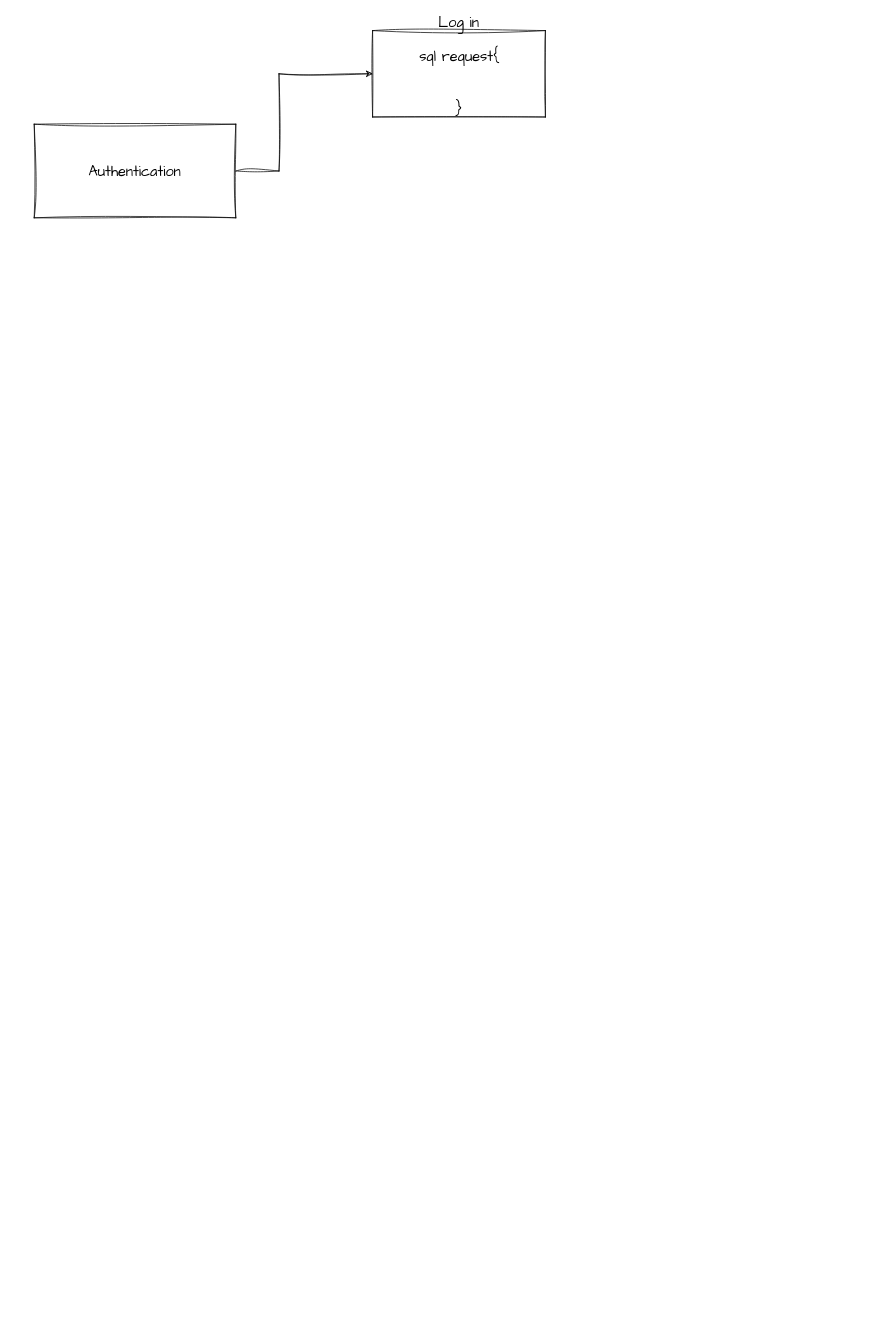
Before: Диаграмма без названия.drawio in svalmaz/CarRentalSystem, a draw.io diagram. Source tidied: cells renumbered, new cells numbered last; positions are measured from the earlier drawing's top-left corner, leaving out a move shared by most shapes. Both pictures are drawn from the tidied source at 72%, with x=0, y=0 at pixel (34, 30).
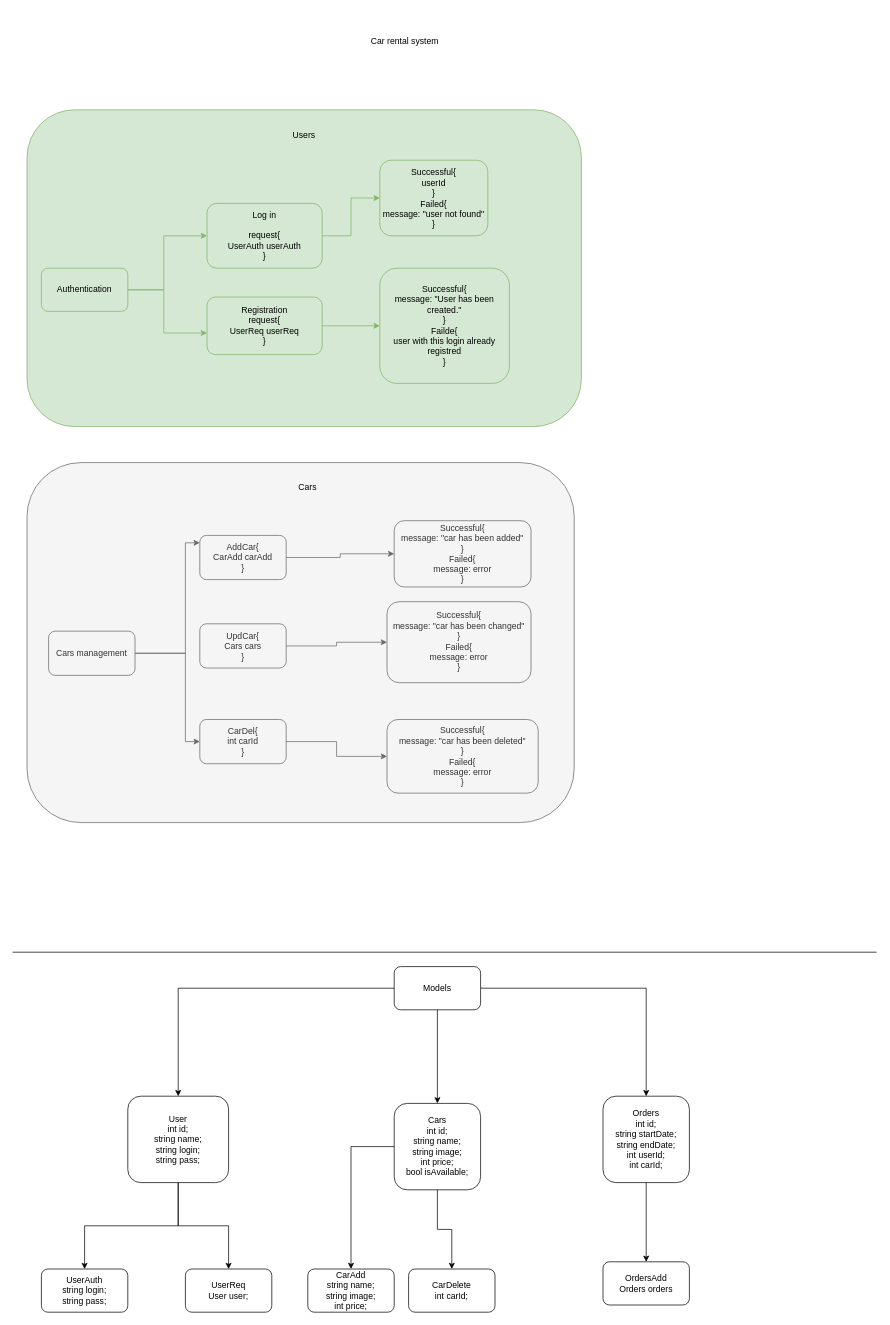
Above is the later version.

Commit message:
Car rental system

What changed in the source:
```diff
@@
-    <mxCell id="2" style="edgeStyle=orthogonalEdgeStyle;rounded=0;sketch=1;hachureGap=4;jiggle=2;curveFitting=1;jettySize=auto;html=1;fontFamily=Architects Daughter;fontSize=16;" parent="1" edge="1" source="3" target="4">
-      <mxGeometry relative="1" as="geometry">
-        <Array as="points">
-          <mxPoint x="340" y="195" />
-          <mxPoint x="340" y="60" />
-        </Array>
-      </mxGeometry>
-    </mxCell>
+    <mxCell id="5" value="Car rental system" style="text;html=1;strokeColor=none;fillColor=none;align=center;verticalAlign=middle;whiteSpace=wrap;rounded=0;" parent="1" vertex="1">
+      <mxGeometry x="410" width="210" height="30" as="geometry" />
+    </mxCell>
+    <mxCell id="6" style="endArrow=none;html=1;rounded=0;" parent="1" edge="1">
+      <mxGeometry relative="1" as="geometry">
+        <mxPoint x="-30" y="1280" as="sourcePoint" />
+        <mxPoint x="1170" y="1280" as="targetPoint" />
+      </mxGeometry>
+    </mxCell>
+    <mxCell id="7" style="edgeStyle=orthogonalEdgeStyle;rounded=0;jettySize=auto;html=1;" parent="1" edge="1" source="10" target="13">
+      <mxGeometry relative="1" as="geometry" />
+    </mxCell>
+    <mxCell id="8" style="edgeStyle=orthogonalEdgeStyle;rounded=0;jettySize=auto;html=1;" parent="1" edge="1" source="10" target="16">
+      <mxGeometry relative="1" as="geometry" />
+    </mxCell>
+    <mxCell id="9" style="edgeStyle=orthogonalEdgeStyle;rounded=0;jettySize=auto;html=1;" parent="1" edge="1" source="10" target="18">
+      <mxGeometry relative="1" as="geometry" />
+    </mxCell>
+    <mxCell id="10" value="Models" style="rounded=1;whiteSpace=wrap;html=1;" parent="1" vertex="1">
+      <mxGeometry x="500" y="1300" width="120" height="60" as="geometry" />
+    </mxCell>
+    <mxCell id="11" style="edgeStyle=orthogonalEdgeStyle;rounded=0;jettySize=auto;html=1;" parent="1" edge="1" source="13" target="19">
+      <mxGeometry relative="1" as="geometry" />
+    </mxCell>
+    <mxCell id="12" style="edgeStyle=orthogonalEdgeStyle;rounded=0;jettySize=auto;html=1;" parent="1" edge="1" source="13" target="21">
+      <mxGeometry relative="1" as="geometry" />
+    </mxCell>
+    <mxCell id="13" value="User&lt;br&gt;int id;&lt;br&gt;string name;&lt;br&gt;string login;&lt;br&gt;string pass;&lt;br&gt;" style="whiteSpace=wrap;html=1;rounded=1;" parent="1" vertex="1">
+      <mxGeometry x="130" y="1480" width="140" height="120" as="geometry" />
+    </mxCell>
+    <mxCell id="14" style="edgeStyle=orthogonalEdgeStyle;rounded=0;jettySize=auto;html=1;" parent="1" edge="1" source="16" target="20">
+      <mxGeometry relative="1" as="geometry">
+        <Array as="points">
+          <mxPoint x="440" y="1550" />
+        </Array>
+      </mxGeometry>
+    </mxCell>
+    <mxCell id="15" style="edgeStyle=orthogonalEdgeStyle;rounded=0;jettySize=auto;html=1;" parent="1" edge="1" source="16" target="23">
+      <mxGeometry relative="1" as="geometry" />
+    </mxCell>
+    <mxCell id="16" value="Cars&lt;br&gt;int id;&lt;br&gt;string name;&lt;br&gt;string image;&lt;br&gt;int price;&lt;br&gt;bool isAvailable;" style="whiteSpace=wrap;html=1;rounded=1;" parent="1" vertex="1">
+      <mxGeometry x="500" y="1490" width="120" height="120" as="geometry" />
+    </mxCell>
+    <mxCell id="17" style="edgeStyle=orthogonalEdgeStyle;rounded=0;jettySize=auto;html=1;" parent="1" edge="1" source="18" target="22">
+      <mxGeometry relative="1" as="geometry" />
+    </mxCell>
+    <mxCell id="18" value="Orders&lt;br&gt;int id;&lt;br&gt;string startDate;&lt;br&gt;string endDate;&lt;br&gt;int userId;&lt;br&gt;int carId;" style="whiteSpace=wrap;html=1;rounded=1;" parent="1" vertex="1">
+      <mxGeometry x="790" y="1480" width="120" height="120" as="geometry" />
+    </mxCell>
+    <mxCell id="19" value="UserAuth&lt;br&gt;string login;&lt;br&gt;string pass;" style="whiteSpace=wrap;html=1;rounded=1;" parent="1" vertex="1">
+      <mxGeometry x="10" y="1720" width="120" height="60" as="geometry" />
+    </mxCell>
+    <mxCell id="20" value="CarAdd&lt;br&gt;string name;&lt;br&gt;string image;&lt;br&gt;int price;" style="whiteSpace=wrap;html=1;rounded=1;" parent="1" vertex="1">
+      <mxGeometry x="380" y="1720" width="120" height="60" as="geometry" />
+    </mxCell>
+    <mxCell id="21" value="UserReq&lt;br&gt;User user;" style="whiteSpace=wrap;html=1;rounded=1;" parent="1" vertex="1">
+      <mxGeometry x="210" y="1720" width="120" height="60" as="geometry" />
+    </mxCell>
+    <mxCell id="22" value="OrdersAdd&lt;br&gt;Orders orders" style="whiteSpace=wrap;html=1;rounded=1;" parent="1" vertex="1">
+      <mxGeometry x="790" y="1710" width="120" height="60" as="geometry" />
+    </mxCell>
+    <mxCell id="23" value="CarDelete&lt;br&gt;int carId;" style="whiteSpace=wrap;html=1;rounded=1;" parent="1" vertex="1">
+      <mxGeometry x="520" y="1720" width="120" height="60" as="geometry" />
+    </mxCell>
+    <mxCell id="24" style="group;" parent="1" vertex="1">
+      <mxGeometry x="-10" y="600" width="760" height="500" as="geometry" />
+    </mxCell>
+    <mxCell id="25" style="rounded=1;whiteSpace=wrap;html=1;fillColor=#f5f5f5;strokeColor=#666666;fontColor=#333333;" parent="24" vertex="1">
+      <mxGeometry width="760" height="500" as="geometry" />
+    </mxCell>
+    <mxCell id="26" value="Cars management" style="rounded=1;whiteSpace=wrap;html=1;fillColor=#f5f5f5;strokeColor=#666666;fontColor=#333333;" parent="24" vertex="1">
+      <mxGeometry x="30" y="234.1" width="120" height="61.4" as="geometry" />
+    </mxCell>
+    <mxCell id="27" value="AddCar{&lt;br&gt;CarAdd carAdd&lt;br&gt;}" style="whiteSpace=wrap;html=1;rounded=1;fillColor=#f5f5f5;strokeColor=#666666;fontColor=#333333;" parent="24" vertex="1">
+      <mxGeometry x="240" y="101.1" width="120" height="61.4" as="geometry" />
+    </mxCell>
+    <mxCell id="28" style="edgeStyle=orthogonalEdgeStyle;rounded=0;jettySize=auto;html=1;fillColor=#f5f5f5;strokeColor=#666666;" parent="24" edge="1" source="26" target="27">
+      <mxGeometry relative="1" as="geometry">
+        <Array as="points">
+          <mxPoint x="220" y="264.8" />
+          <mxPoint x="220" y="111.4" />
+        </Array>
+      </mxGeometry>
+    </mxCell>
+    <mxCell id="29" value="UpdCar{&lt;br&gt;Cars cars&lt;br&gt;}" style="whiteSpace=wrap;html=1;rounded=1;fillColor=#f5f5f5;strokeColor=#666666;fontColor=#333333;" parent="24" vertex="1">
+      <mxGeometry x="240" y="223.9" width="120" height="61.4" as="geometry" />
+    </mxCell>
+    <mxCell id="30" style="edgeStyle=orthogonalEdgeStyle;rounded=0;jettySize=auto;html=1;fillColor=#f5f5f5;strokeColor=#666666;" parent="24" edge="1" source="27" target="37">
+      <mxGeometry relative="1" as="geometry" />
+    </mxCell>
+    <mxCell id="31" style="edgeStyle=orthogonalEdgeStyle;rounded=0;jettySize=auto;html=1;fillColor=#f5f5f5;strokeColor=#666666;" parent="24" edge="1" source="29" target="36">
+      <mxGeometry relative="1" as="geometry" />
+    </mxCell>
+    <mxCell id="32" value="CarDel{&lt;br&gt;int carId&lt;br&gt;}" style="whiteSpace=wrap;html=1;rounded=1;fillColor=#f5f5f5;strokeColor=#666666;fontColor=#333333;" parent="24" vertex="1">
+      <mxGeometry x="240" y="356.8" width="120" height="61.4" as="geometry" />
+    </mxCell>
+    <mxCell id="33" style="edgeStyle=orthogonalEdgeStyle;rounded=0;jettySize=auto;html=1;fillColor=#f5f5f5;strokeColor=#666666;" parent="24" edge="1" source="26" target="32">
+      <mxGeometry relative="1" as="geometry">
+        <Array as="points">
+          <mxPoint x="220" y="264.8" />
+          <mxPoint x="220" y="387.5" />
+        </Array>
+      </mxGeometry>
+    </mxCell>
+    <mxCell id="34" value="Successful{&lt;br style=&quot;border-color: var(--border-color);&quot;&gt;message: &quot;car has been deleted&quot;&lt;br style=&quot;border-color: var(--border-color);&quot;&gt;}&lt;br style=&quot;border-color: var(--border-color);&quot;&gt;Failed{&lt;br style=&quot;border-color: var(--border-color);&quot;&gt;message: error&lt;br style=&quot;border-color: var(--border-color);&quot;&gt;}" style="whiteSpace=wrap;html=1;rounded=1;fillColor=#f5f5f5;strokeColor=#666666;fontColor=#333333;" parent="24" vertex="1">
+      <mxGeometry x="500" y="356.8" width="210" height="102.3" as="geometry" />
+    </mxCell>
+    <mxCell id="35" style="edgeStyle=orthogonalEdgeStyle;rounded=0;jettySize=auto;html=1;fillColor=#f5f5f5;strokeColor=#666666;" parent="24" edge="1" source="32" target="34">
+      <mxGeometry relative="1" as="geometry" />
+    </mxCell>
+    <mxCell id="36" value="Successful{&lt;br&gt;message: &quot;car has been changed&quot;&lt;br&gt;}&lt;br&gt;Failed{&lt;br&gt;message: error&lt;br&gt;}" style="whiteSpace=wrap;html=1;rounded=1;fillColor=#f5f5f5;strokeColor=#666666;fontColor=#333333;" parent="24" vertex="1">
+      <mxGeometry x="500" y="193.2" width="200" height="112.5" as="geometry" />
+    </mxCell>
+    <mxCell id="37" value="Successful{&lt;br&gt;message: &quot;car has been added&quot;&lt;br&gt;}&lt;br&gt;Failed{&lt;br&gt;message: error&lt;br&gt;}" style="whiteSpace=wrap;html=1;rounded=1;fillColor=#f5f5f5;strokeColor=#666666;fontColor=#333333;" parent="24" vertex="1">
+      <mxGeometry x="510" y="80.7" width="190" height="92" as="geometry" />
+    </mxCell>
+    <mxCell id="38" value="Cars" style="text;html=1;strokeColor=none;fillColor=none;align=center;verticalAlign=middle;whiteSpace=wrap;rounded=0;" parent="24" vertex="1">
+      <mxGeometry x="360" y="20" width="60" height="30" as="geometry" />
+    </mxCell>
+    <mxCell id="39" style="group;" parent="1" vertex="1">
+      <mxGeometry x="-10" y="110" width="770" height="440" as="geometry" />
+    </mxCell>
+    <mxCell id="40" style="rounded=1;whiteSpace=wrap;html=1;fillColor=#d5e8d4;strokeColor=#82b366;" parent="39" vertex="1">
+      <mxGeometry width="770" height="440" as="geometry" />
+    </mxCell>
+    <mxCell id="41" style="edgeStyle=orthogonalEdgeStyle;rounded=0;jettySize=auto;html=1;fillColor=#d5e8d4;strokeColor=#82b366;" parent="39" edge="1" target="46">
+      <mxGeometry relative="1" as="geometry">
+        <mxPoint x="110" y="250" as="sourcePoint" />
+        <Array as="points">
+          <mxPoint x="190" y="250" />
+          <mxPoint x="190" y="310" />
+        </Array>
+      </mxGeometry>
+    </mxCell>
-    <mxCell id="3" value="Authentication" style="rounded=0;whiteSpace=wrap;html=1;sketch=1;hachureGap=4;jiggle=2;curveFitting=1;fontFamily=Architects Daughter;fontSize=20;" parent="1" vertex="1">
-      <mxGeometry y="130" width="280" height="130" as="geometry" />
+    <mxCell id="3" value="Authentication" style="rounded=1;whiteSpace=wrap;html=1;fillColor=#d5e8d4;strokeColor=#82b366;" parent="39" vertex="1">
+      <mxGeometry x="20" y="220" width="120" height="60" as="geometry" />
     </mxCell>
-    <mxCell id="4" value="Log in&lt;br&gt;&lt;br&gt;sql request{&lt;br&gt;&lt;br&gt;&lt;br&gt;}&lt;br&gt;&lt;br&gt;" style="whiteSpace=wrap;html=1;fontSize=20;fontFamily=Architects Daughter;rounded=0;sketch=1;hachureGap=4;jiggle=2;curveFitting=1;" parent="1" vertex="1">
-      <mxGeometry x="470" width="240" height="120" as="geometry" />
-    </mxCell>
+    <mxCell id="42" value="Log in&lt;br&gt;&lt;br&gt;request{&lt;br&gt;UserAuth userAuth&lt;br&gt;}" style="whiteSpace=wrap;html=1;rounded=1;fillColor=#d5e8d4;strokeColor=#82b366;" parent="39" vertex="1">
+      <mxGeometry x="250" y="130" width="160" height="90" as="geometry" />
+    </mxCell>
+    <mxCell id="43" style="edgeStyle=orthogonalEdgeStyle;rounded=0;jettySize=auto;html=1;fillColor=#d5e8d4;strokeColor=#82b366;" parent="39" edge="1" source="3" target="42">
+      <mxGeometry relative="1" as="geometry">
+        <Array as="points">
+          <mxPoint x="190" y="250" />
+          <mxPoint x="190" y="175" />
+        </Array>
+      </mxGeometry>
+    </mxCell>
+    <mxCell id="44" value="Successful{&lt;br&gt;userId&lt;br&gt;}&lt;br&gt;Failed{&lt;br&gt;message: &quot;user not found&lt;span style=&quot;background-color: initial;&quot;&gt;&quot;&lt;br&gt;&lt;/span&gt;}" style="whiteSpace=wrap;html=1;rounded=1;fillColor=#d5e8d4;strokeColor=#82b366;" parent="39" vertex="1">
+      <mxGeometry x="490" y="70" width="150" height="105" as="geometry" />
+    </mxCell>
+    <mxCell id="45" style="edgeStyle=orthogonalEdgeStyle;rounded=0;jettySize=auto;html=1;fillColor=#d5e8d4;strokeColor=#82b366;" parent="39" edge="1" source="42" target="44">
+      <mxGeometry relative="1" as="geometry" />
+    </mxCell>
+    <mxCell id="46" value="Registration&lt;br&gt;request{&lt;br&gt;UserReq userReq&lt;br&gt;}" style="whiteSpace=wrap;html=1;rounded=1;fillColor=#d5e8d4;strokeColor=#82b366;" parent="39" vertex="1">
+      <mxGeometry x="250" y="260" width="160" height="80" as="geometry" />
+    </mxCell>
+    <mxCell id="47" value="Successful{&lt;br&gt;message: &quot;User has been created.&lt;span style=&quot;background-color: initial;&quot;&gt;&quot;&lt;/span&gt;&lt;br&gt;}&lt;br&gt;Failde{&lt;br&gt;user with this login already registred&lt;br&gt;}" style="whiteSpace=wrap;html=1;rounded=1;fillColor=#d5e8d4;strokeColor=#82b366;" parent="39" vertex="1">
+      <mxGeometry x="490" y="220" width="180" height="160" as="geometry" />
+    </mxCell>
+    <mxCell id="48" style="edgeStyle=orthogonalEdgeStyle;rounded=0;jettySize=auto;html=1;fillColor=#d5e8d4;strokeColor=#82b366;" parent="39" edge="1" source="46" target="47">
+      <mxGeometry relative="1" as="geometry" />
+    </mxCell>
+    <mxCell id="49" value="Users" style="text;html=1;strokeColor=none;fillColor=none;align=center;verticalAlign=middle;whiteSpace=wrap;rounded=0;" parent="39" vertex="1">
+      <mxGeometry x="355" y="20" width="60" height="30" as="geometry" />
+    </mxCell>
```
